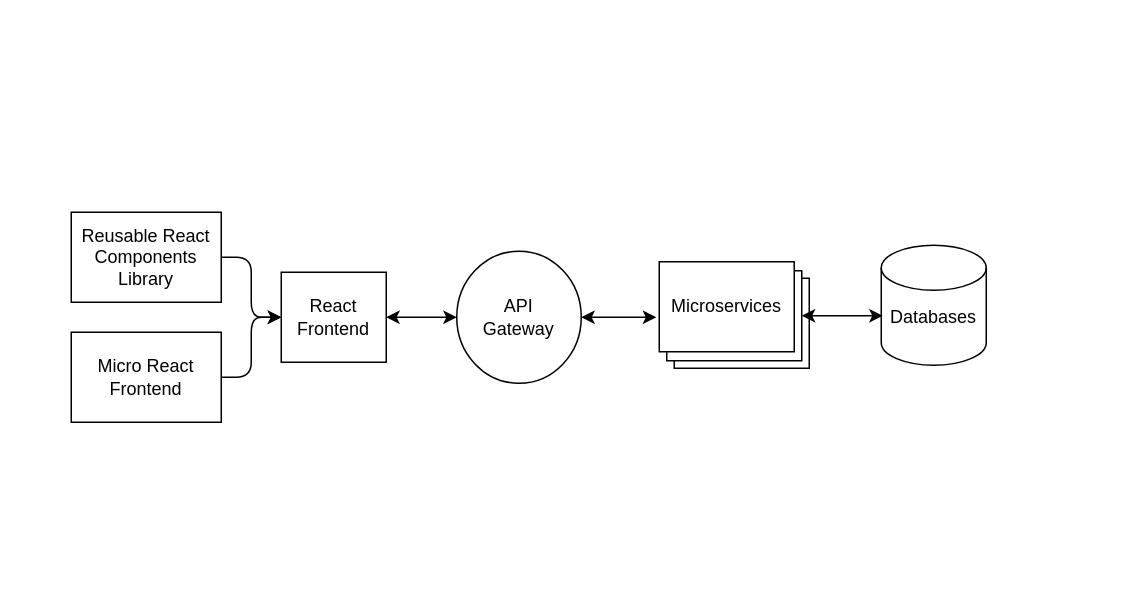
This is doc/JavaWebApp.drawio from awarenessxz/java-web-app, a draw.io file, before an edit. Source tidied: cells renumbered, new cells numbered last; positions are measured from the earlier drawing's top-left corner, leaving out a move shared by most shapes. Both pictures are drawn from the tidied source at 150%, with x=0, y=0 at pixel (26, 140).
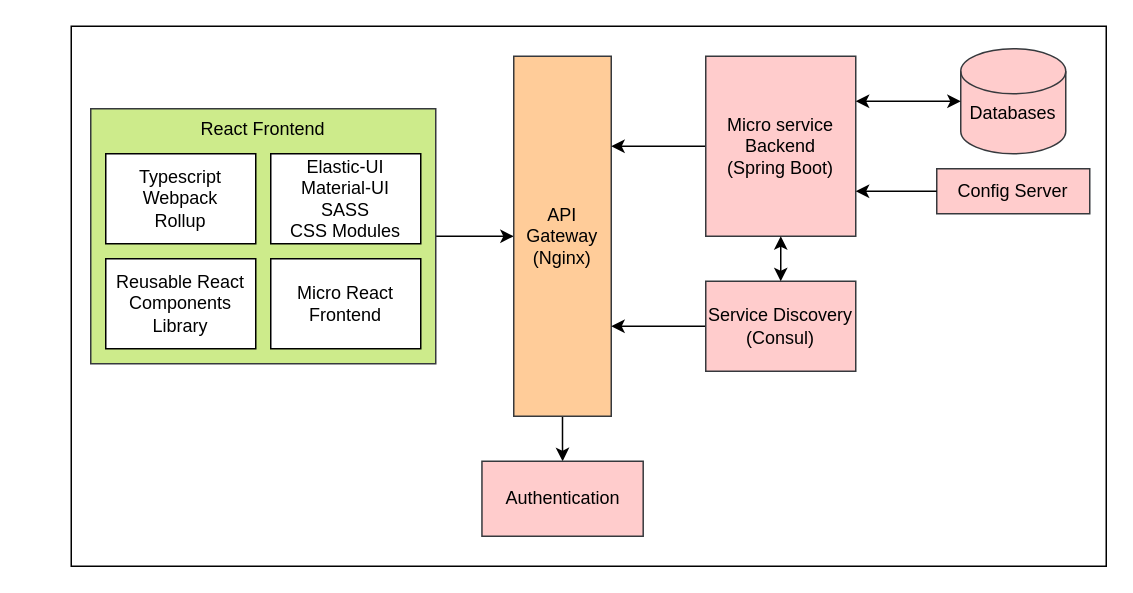
The same diagram, later.

The edit, as a diff of the source:
```diff
@@
-    <mxCell id="2" style="rounded=0;whiteSpace=wrap;html=1;fillColor=none;strokeColor=none;" parent="1" vertex="1">
-      <mxGeometry y="-0.5" width="680" height="234" as="geometry" />
-    </mxCell>
+    <mxCell id="17" style="rounded=0;whiteSpace=wrap;html=1;fillColor=#ffffff;" parent="1" vertex="1">
+      <mxGeometry x="30" y="-76" width="690" height="360" as="geometry" />
+    </mxCell>
+    <mxCell id="18" style="edgeStyle=orthogonalEdgeStyle;rounded=0;jettySize=auto;html=1;" parent="1" edge="1" source="3" target="22">
+      <mxGeometry relative="1" as="geometry" />
+    </mxCell>
-    <mxCell id="3" value="&lt;div&gt;React &lt;br&gt;&lt;/div&gt;&lt;div&gt;Frontend&lt;/div&gt;" style="rounded=0;whiteSpace=wrap;html=1;" parent="1" vertex="1">
-      <mxGeometry x="170" y="88" width="70" height="60" as="geometry" />
+    <mxCell id="3" value="&lt;div&gt;React Frontend&lt;/div&gt;" style="rounded=0;whiteSpace=wrap;html=1;verticalAlign=top;fillColor=#cdeb8b;strokeColor=#36393d;" parent="1" vertex="1">
+      <mxGeometry x="43" y="-21" width="230" height="170" as="geometry" />
     </mxCell>
     <mxCell id="4" value="Reusable React Components Library" style="rounded=0;whiteSpace=wrap;html=1;" parent="1" vertex="1">
-      <mxGeometry x="30" y="48" width="100" height="60" as="geometry" />
+      <mxGeometry x="53" y="79" width="100" height="60" as="geometry" />
     </mxCell>
     <mxCell id="5" value="Micro React Frontend" style="rounded=0;whiteSpace=wrap;html=1;" parent="1" vertex="1">
-      <mxGeometry x="30" y="128" width="100" height="60" as="geometry" />
+      <mxGeometry x="163" y="79" width="100" height="60" as="geometry" />
     </mxCell>
-    <mxCell id="6" style="endArrow=classic;html=1;entryX=0;entryY=0.5;entryDx=0;entryDy=0;exitX=1;exitY=0.5;exitDx=0;exitDy=0;" parent="1" edge="1" source="4" target="3">
-      <mxGeometry relative="1" as="geometry">
-        <Array as="points">
-          <mxPoint x="150" y="78" />
-          <mxPoint x="150" y="118" />
-        </Array>
-      </mxGeometry>
-    </mxCell>
-    <mxCell id="7" style="endArrow=classic;html=1;exitX=1;exitY=0.5;exitDx=0;exitDy=0;entryX=0;entryY=0.5;entryDx=0;entryDy=0;" parent="1" edge="1" source="5" target="3">
-      <mxGeometry relative="1" as="geometry">
-        <Array as="points">
-          <mxPoint x="150" y="158" />
-          <mxPoint x="150" y="118" />
-        </Array>
-      </mxGeometry>
-    </mxCell>
-    <mxCell id="8" style="group;" parent="1" vertex="1">
-      <mxGeometry x="422" y="81" width="100" height="71" as="geometry" />
-    </mxCell>
-    <mxCell id="9" style="rounded=0;whiteSpace=wrap;html=1;strokeColor=#000000;fillColor=#ffffff;" parent="8" vertex="1">
-      <mxGeometry x="10" y="11" width="90" height="60" as="geometry" />
-    </mxCell>
-    <mxCell id="10" style="rounded=0;whiteSpace=wrap;html=1;strokeColor=#000000;fillColor=#ffffff;" parent="8" vertex="1">
-      <mxGeometry x="5" y="6" width="90" height="60" as="geometry" />
-    </mxCell>
-    <mxCell id="11" value="Microservices" style="rounded=0;whiteSpace=wrap;html=1;strokeColor=#000000;fillColor=#ffffff;" parent="8" vertex="1">
-      <mxGeometry width="90" height="60" as="geometry" />
-    </mxCell>
+    <mxCell id="19" value="&lt;div&gt;Elastic-UI&lt;/div&gt;&lt;div&gt;Material-UI&lt;/div&gt;&lt;div&gt;SASS&lt;br&gt;&lt;/div&gt;&lt;div&gt;CSS Modules&lt;br&gt;&lt;/div&gt;" style="rounded=0;whiteSpace=wrap;html=1;" parent="1" vertex="1">
+      <mxGeometry x="163" y="9" width="100" height="60" as="geometry" />
+    </mxCell>
+    <mxCell id="20" value="&lt;div&gt;Typescript&lt;/div&gt;&lt;div&gt;Webpack&lt;br&gt;&lt;/div&gt;&lt;div&gt;Rollup&lt;br&gt;&lt;/div&gt;" style="rounded=0;whiteSpace=wrap;html=1;" parent="1" vertex="1">
+      <mxGeometry x="53" y="9" width="100" height="60" as="geometry" />
+    </mxCell>
+    <mxCell id="21" style="edgeStyle=orthogonalEdgeStyle;rounded=0;jettySize=auto;html=1;" parent="1" edge="1" source="22" target="31">
+      <mxGeometry relative="1" as="geometry" />
+    </mxCell>
+    <mxCell id="22" value="&lt;div&gt;API Gateway&lt;/div&gt;&lt;div&gt;(Nginx)&lt;br&gt;&lt;/div&gt;" style="rounded=0;whiteSpace=wrap;html=1;fillColor=#ffcc99;strokeColor=#36393d;" parent="1" vertex="1">
+      <mxGeometry x="325" y="-56" width="65" height="240" as="geometry" />
+    </mxCell>
+    <mxCell id="23" style="edgeStyle=orthogonalEdgeStyle;rounded=0;jettySize=auto;html=1;entryX=1;entryY=0.75;entryDx=0;entryDy=0;" parent="1" edge="1" source="24" target="22">
+      <mxGeometry relative="1" as="geometry" />
+    </mxCell>
+    <mxCell id="24" value="&lt;div&gt;Service Discovery&lt;/div&gt;&lt;div&gt;(Consul)&lt;br&gt;&lt;/div&gt;" style="rounded=0;whiteSpace=wrap;html=1;fillColor=#ffcccc;strokeColor=#36393d;" parent="1" vertex="1">
+      <mxGeometry x="453" y="94" width="100" height="60" as="geometry" />
+    </mxCell>
+    <mxCell id="25" style="edgeStyle=orthogonalEdgeStyle;rounded=0;jettySize=auto;html=1;entryX=1;entryY=0.25;entryDx=0;entryDy=0;" parent="1" edge="1" source="26" target="22">
+      <mxGeometry relative="1" as="geometry" />
+    </mxCell>
+    <mxCell id="26" value="&lt;div&gt;Micro service&lt;/div&gt;&lt;div&gt;Backend&lt;/div&gt;&lt;div&gt;(Spring Boot)&lt;br&gt;&lt;/div&gt;" style="rounded=0;whiteSpace=wrap;html=1;fillColor=#ffcccc;strokeColor=#36393d;" parent="1" vertex="1">
+      <mxGeometry x="453" y="-56" width="100" height="120" as="geometry" />
+    </mxCell>
-    <mxCell id="12" value="&lt;br&gt;Databases" style="shape=cylinder2;whiteSpace=wrap;html=1;boundedLbl=1;backgroundOutline=1;size=15;strokeColor=#000000;fillColor=#ffffff;" parent="1" vertex="1">
-      <mxGeometry x="570" y="70" width="70" height="80" as="geometry" />
+    <mxCell id="12" value="&lt;br&gt;Databases" style="shape=cylinder2;whiteSpace=wrap;html=1;boundedLbl=1;backgroundOutline=1;size=15;strokeColor=#36393d;fillColor=#ffcccc;" parent="1" vertex="1">
+      <mxGeometry x="623" y="-61" width="70" height="70" as="geometry" />
     </mxCell>
-    <mxCell id="13" value="&lt;div&gt;API &lt;br&gt;&lt;/div&gt;&lt;div&gt;Gateway&lt;/div&gt;" style="ellipse;whiteSpace=wrap;html=1;" parent="1" vertex="1">
-      <mxGeometry x="287" y="74" width="83" height="88" as="geometry" />
-    </mxCell>
-    <mxCell id="14" style="endArrow=classic;startArrow=classic;html=1;entryX=0;entryY=0.5;entryDx=0;entryDy=0;exitX=1;exitY=0.5;exitDx=0;exitDy=0;" parent="1" edge="1" source="3" target="13">
-      <mxGeometry relative="1" as="geometry" />
-    </mxCell>
-    <mxCell id="15" style="endArrow=classic;startArrow=classic;html=1;entryX=-0.022;entryY=0.617;entryDx=0;entryDy=0;exitX=1;exitY=0.5;exitDx=0;exitDy=0;entryPerimeter=0;" parent="1" edge="1" source="13" target="11">
-      <mxGeometry relative="1" as="geometry" />
-    </mxCell>
-    <mxCell id="16" style="endArrow=classic;startArrow=classic;html=1;exitX=1;exitY=0.5;exitDx=0;exitDy=0;" parent="1" edge="1" source="10">
-      <mxGeometry relative="1" as="geometry">
-        <mxPoint x="571" y="117" as="targetPoint" />
-      </mxGeometry>
-    </mxCell>
+    <mxCell id="27" value="&lt;div&gt;Config Server&lt;br&gt;&lt;/div&gt;" style="rounded=0;whiteSpace=wrap;html=1;fillColor=#ffcccc;strokeColor=#36393d;" parent="1" vertex="1">
+      <mxGeometry x="607" y="19" width="102" height="30" as="geometry" />
+    </mxCell>
+    <mxCell id="28" style="endArrow=classic;startArrow=classic;html=1;exitX=1;exitY=0.25;exitDx=0;exitDy=0;" parent="1" edge="1" source="26" target="12">
+      <mxGeometry relative="1" as="geometry" />
+    </mxCell>
+    <mxCell id="29" style="endArrow=classic;html=1;exitX=0;exitY=0.5;exitDx=0;exitDy=0;entryX=1;entryY=0.75;entryDx=0;entryDy=0;" parent="1" edge="1" source="27" target="26">
+      <mxGeometry relative="1" as="geometry" />
+    </mxCell>
+    <mxCell id="30" style="endArrow=classic;startArrow=classic;html=1;exitX=0.5;exitY=0;exitDx=0;exitDy=0;entryX=0.5;entryY=1;entryDx=0;entryDy=0;" parent="1" edge="1" source="24" target="26">
+      <mxGeometry relative="1" as="geometry" />
+    </mxCell>
+    <mxCell id="31" value="Authentication" style="rounded=0;whiteSpace=wrap;html=1;fillColor=#ffcccc;strokeColor=#36393d;" parent="1" vertex="1">
+      <mxGeometry x="303.8" y="214" width="107.5" height="50" as="geometry" />
+    </mxCell>
```
